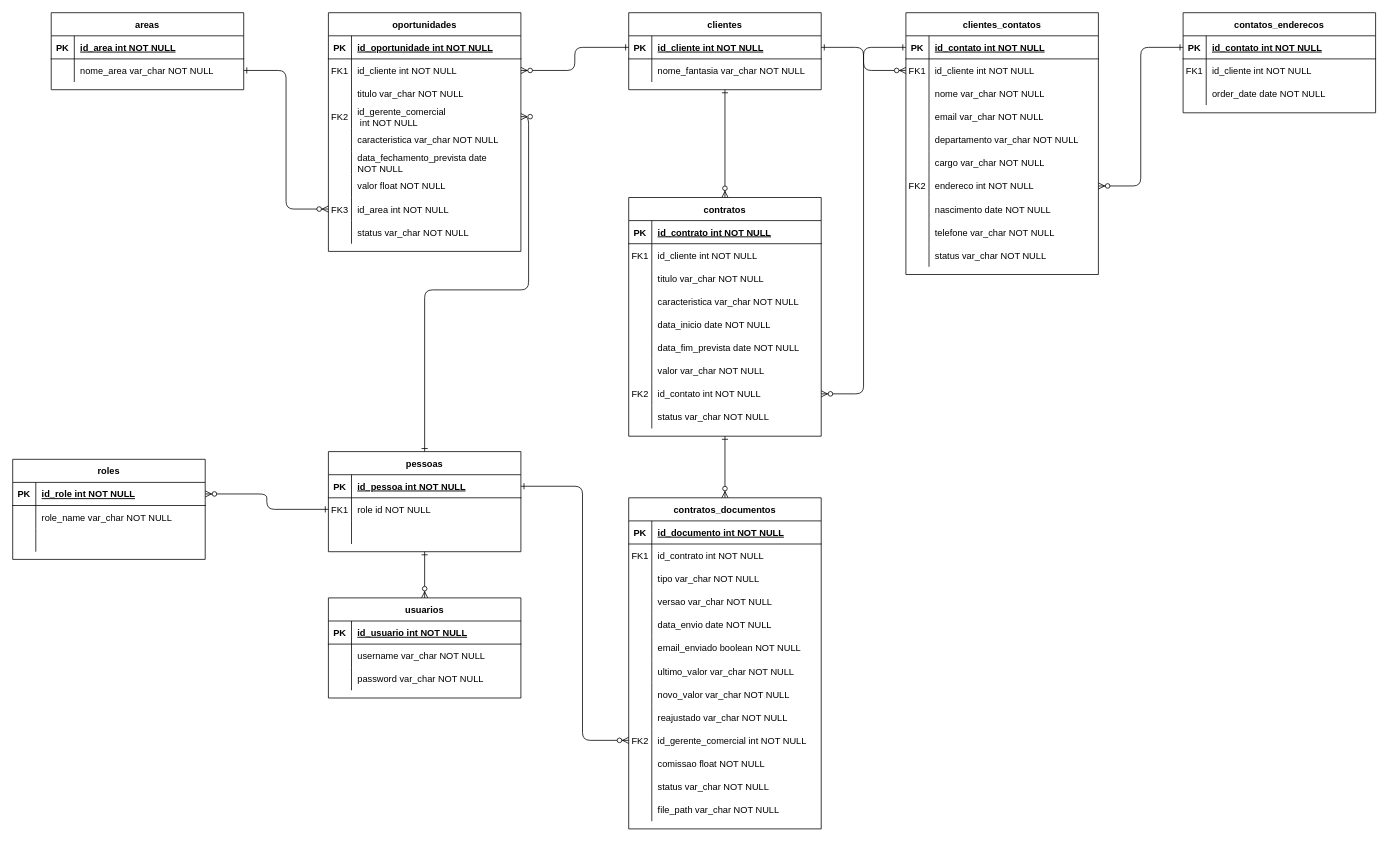
Earlier version of the draw.io diagram diagrams/modulo-comercial.drawio (rgr-tecnologia/crm-api). Source tidied: cells renumbered, new cells numbered last; positions are measured from the earlier drawing's top-left corner, leaving out a move shared by most shapes. Both pictures are drawn from the tidied source at 77%, with x=0, y=0 at pixel (12, 12).
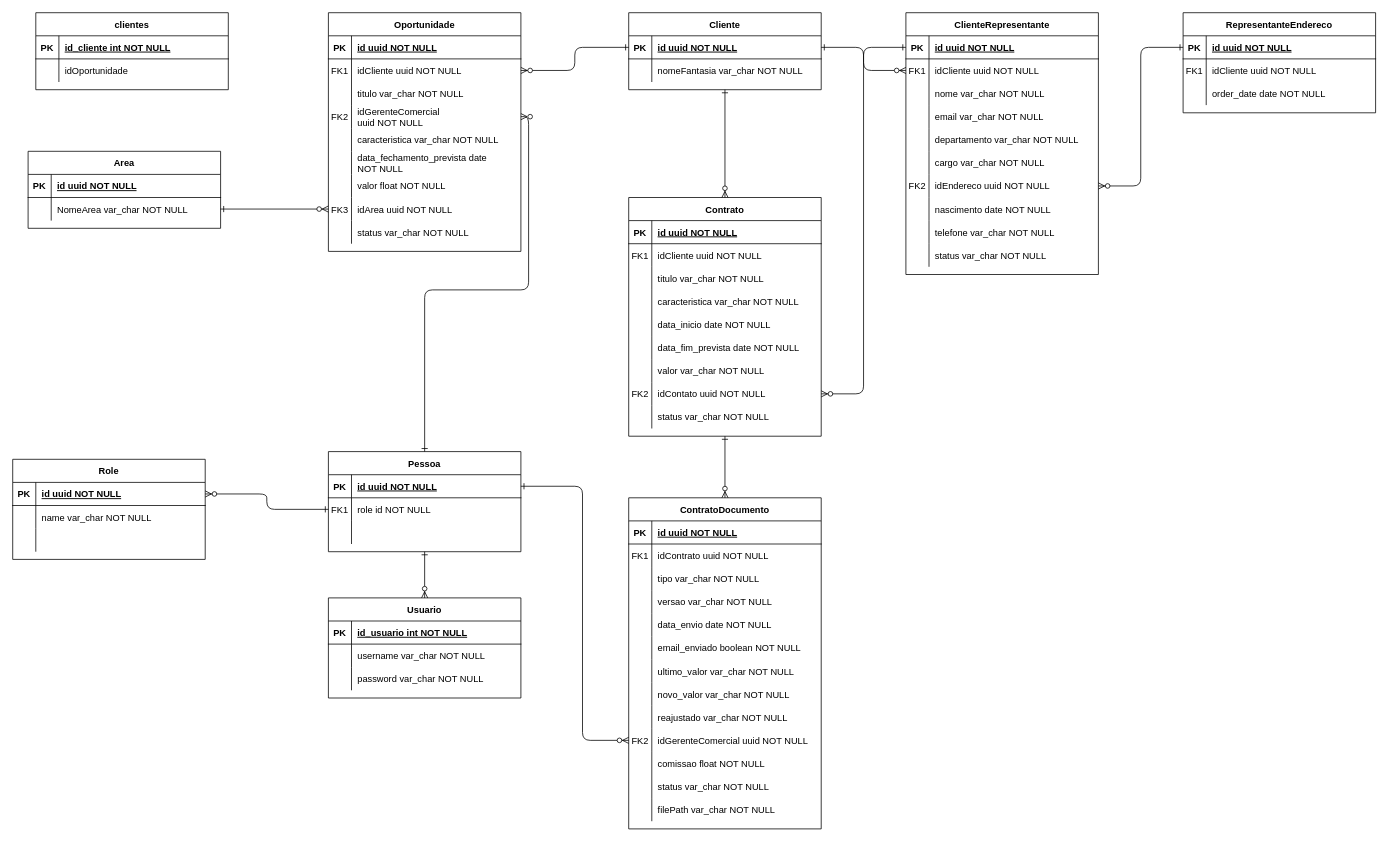
The same page after the edit.

The change refers to these unchanged cells:
```xml
<mxCell id="4" style="shape=partialRectangle;fillColor=none;points=[[0,0.5],[1,0.5]];portConstraint=eastwest;top=0;left=0;right=0;bottom=1;" parent="3" vertex="1">
  <mxGeometry y="30" width="250" height="30" as="geometry" />
</mxCell>
<mxCell id="7" style="shape=partialRectangle;fillColor=none;points=[[0,0.5],[1,0.5]];portConstraint=eastwest;top=0;left=0;right=0;bottom=0;" parent="3" vertex="1">
  <mxGeometry y="60" width="250" height="30" as="geometry" />
</mxCell>
<mxCell id="22" style="shape=partialRectangle;fillColor=none;points=[[0,0.5],[1,0.5]];portConstraint=eastwest;top=0;left=0;right=0;bottom=0;" parent="3" vertex="1">
  <mxGeometry y="210" width="250" height="30" as="geometry" />
</mxCell>
<mxCell id="35" style="shape=partialRectangle;fillColor=none;points=[[0,0.5],[1,0.5]];portConstraint=eastwest;top=0;left=0;right=0;bottom=1;" parent="34" vertex="1">
  <mxGeometry y="30" width="250" height="30" as="geometry" />
</mxCell>
<mxCell id="38" style="shape=partialRectangle;fillColor=none;top=0;left=0;right=0;bottom=0;" parent="34" vertex="1">
  <mxGeometry y="60" width="250" height="30" as="geometry" />
</mxCell>
<mxCell id="42" style="shape=partialRectangle;fillColor=none;top=0;left=0;right=0;bottom=1;" parent="41" vertex="1">
  <mxGeometry y="30" width="250" height="30" as="geometry" />
</mxCell>
<mxCell id="45" style="shape=partialRectangle;fillColor=none;top=0;left=0;right=0;bottom=0;" parent="41" vertex="1">
  <mxGeometry y="60" width="250" height="30" as="geometry" />
</mxCell>
<mxCell id="63" style="shape=partialRectangle;fillColor=none;points=[[0,0.5],[1,0.5]];portConstraint=eastwest;top=0;left=0;right=0;bottom=0;" parent="41" vertex="1">
  <mxGeometry y="240" width="250" height="30" as="geometry" />
</mxCell>
<mxCell id="71" style="shape=partialRectangle;fillColor=none;points=[[0,0.5],[1,0.5]];portConstraint=eastwest;top=0;left=0;right=0;bottom=1;" parent="70" vertex="1">
  <mxGeometry y="30" width="250" height="30" as="geometry" />
</mxCell>
<mxCell id="74" style="shape=partialRectangle;fillColor=none;top=0;left=0;right=0;bottom=0;" parent="70" vertex="1">
  <mxGeometry y="60" width="250" height="30" as="geometry" />
</mxCell>
<mxCell id="83" style="shape=partialRectangle;fillColor=none;top=0;left=0;right=0;bottom=1;" parent="82" vertex="1">
  <mxGeometry y="30" width="250" height="30" as="geometry" />
</mxCell>
<mxCell id="86" style="shape=partialRectangle;fillColor=none;top=0;left=0;right=0;bottom=0;" parent="82" vertex="1">
  <mxGeometry y="60" width="250" height="30" as="geometry" />
</mxCell>
<mxCell id="110" style="shape=partialRectangle;fillColor=none;points=[[0,0.5],[1,0.5]];portConstraint=eastwest;top=0;left=0;right=0;bottom=0;" parent="82" vertex="1">
  <mxGeometry y="300" width="250" height="30" as="geometry" />
</mxCell>
<mxCell id="119" style="shape=partialRectangle;fillColor=none;top=0;left=0;right=0;bottom=0;" parent="82" vertex="1">
  <mxGeometry y="390" width="250" height="30" as="geometry" />
</mxCell>
<mxCell id="125" style="shape=partialRectangle;fillColor=none;points=[[0,0.5],[1,0.5]];portConstraint=eastwest;top=0;left=0;right=0;bottom=1;" parent="124" vertex="1">
  <mxGeometry y="30" width="250" height="30" as="geometry" />
</mxCell>
<mxCell id="135" style="shape=partialRectangle;fillColor=none;points=[[0,0.5],[1,0.5]];portConstraint=eastwest;top=0;left=0;right=0;bottom=1;" parent="134" vertex="1">
  <mxGeometry y="30" width="250" height="30" as="geometry" />
</mxCell>
<mxCell id="138" style="shape=partialRectangle;fillColor=none;top=0;left=0;right=0;bottom=0;" parent="134" vertex="1">
  <mxGeometry y="60" width="250" height="30" as="geometry" />
</mxCell>
<mxCell id="157" style="shape=partialRectangle;fillColor=none;top=0;left=0;right=0;bottom=1;" parent="156" vertex="1">
  <mxGeometry y="30" width="250" height="30" as="geometry" />
</mxCell>
<mxCell id="160" style="shape=partialRectangle;fillColor=none;points=[[0,0.5],[1,0.5]];portConstraint=eastwest;top=0;left=0;right=0;bottom=0;" parent="156" vertex="1">
  <mxGeometry y="60" width="250" height="30" as="geometry" />
</mxCell>
<mxCell id="166" style="shape=partialRectangle;fillColor=none;points=[[0,0.5],[1,0.5]];portConstraint=eastwest;top=0;left=0;right=0;bottom=0;" parent="156" vertex="1">
  <mxGeometry y="120" width="250" height="30" as="geometry" />
</mxCell>
<mxCell id="178" style="shape=partialRectangle;fillColor=none;points=[[0,0.5],[1,0.5]];portConstraint=eastwest;top=0;left=0;right=0;bottom=0;" parent="156" vertex="1">
  <mxGeometry y="240" width="250" height="30" as="geometry" />
</mxCell>
<mxCell id="187" style="shape=partialRectangle;fillColor=none;top=0;left=0;right=0;bottom=1;" parent="186" vertex="1">
  <mxGeometry y="30" width="250" height="30" as="geometry" />
</mxCell>
<mxCell id="190" style="shape=partialRectangle;fillColor=none;points=[[0,0.5],[1,0.5]];portConstraint=eastwest;top=0;left=0;right=0;bottom=0;" parent="186" vertex="1">
  <mxGeometry y="60" width="250" height="30" as="geometry" />
</mxCell>
```

Change to the diagram source:
```diff
@@
-    <mxCell id="3" value="clientes_contatos" style="shape=table;startSize=30;childLayout=tableLayout;rowLines=0;fontStyle=1;align=center;" parent="1" vertex="1">
+    <mxCell id="3" value="ClienteRepresentante" style="shape=table;startSize=30;childLayout=tableLayout;rowLines=0;fontStyle=1;align=center;" parent="1" vertex="1">
       <mxGeometry x="1160" width="250" height="340" as="geometry" />
     </mxCell>
@@
-    <mxCell id="6" value="id_contato int NOT NULL " style="shape=partialRectangle;overflow=hidden;fillColor=none;top=0;left=0;bottom=0;right=0;align=left;spacingLeft=6;fontStyle=5;" parent="4" vertex="1">
+    <mxCell id="6" value="id uuid NOT NULL " style="shape=partialRectangle;overflow=hidden;fillColor=none;top=0;left=0;bottom=0;right=0;align=left;spacingLeft=6;fontStyle=5;" parent="4" vertex="1">
       <mxGeometry x="30" width="220" height="30" as="geometry" />
     </mxCell>
@@
-    <mxCell id="9" value="id_cliente int NOT NULL" style="shape=partialRectangle;overflow=hidden;fillColor=none;top=0;left=0;bottom=0;right=0;align=left;spacingLeft=6;" parent="7" vertex="1">
+    <mxCell id="9" value="idCliente uuid NOT NULL" style="shape=partialRectangle;overflow=hidden;fillColor=none;top=0;left=0;bottom=0;right=0;align=left;spacingLeft=6;" parent="7" vertex="1">
       <mxGeometry x="30" width="220" height="30" as="geometry" />
     </mxCell>
@@
-    <mxCell id="24" value="endereco int NOT NULL" style="shape=partialRectangle;overflow=hidden;fillColor=none;top=0;left=0;bottom=0;right=0;align=left;spacingLeft=6;" parent="22" vertex="1">
+    <mxCell id="24" value="idEndereco uuid NOT NULL" style="shape=partialRectangle;overflow=hidden;fillColor=none;top=0;left=0;bottom=0;right=0;align=left;spacingLeft=6;" parent="22" vertex="1">
       <mxGeometry x="30" width="220" height="30" as="geometry" />
     </mxCell>
@@
-    <mxCell id="34" value="clientes" style="shape=table;startSize=30;childLayout=tableLayout;rowLines=0;fontStyle=1;align=center;" parent="1" vertex="1">
+    <mxCell id="34" value="Cliente" style="shape=table;startSize=30;childLayout=tableLayout;rowLines=0;fontStyle=1;align=center;" parent="1" vertex="1">
       <mxGeometry x="800" width="250" height="100" as="geometry" />
     </mxCell>
@@
-    <mxCell id="37" value="id_cliente int NOT NULL " style="shape=partialRectangle;overflow=hidden;fillColor=none;top=0;left=0;bottom=0;right=0;align=left;spacingLeft=6;fontStyle=5;" parent="35" vertex="1">
+    <mxCell id="37" value="id uuid NOT NULL " style="shape=partialRectangle;overflow=hidden;fillColor=none;top=0;left=0;bottom=0;right=0;align=left;spacingLeft=6;fontStyle=5;" parent="35" vertex="1">
       <mxGeometry x="30" width="220" height="30" as="geometry" />
     </mxCell>
@@
-    <mxCell id="40" value="nome_fantasia var_char NOT NULL" style="shape=partialRectangle;overflow=hidden;fillColor=none;top=0;left=0;bottom=0;right=0;align=left;spacingLeft=6;" parent="38" vertex="1">
+    <mxCell id="40" value="nomeFantasia var_char NOT NULL" style="shape=partialRectangle;overflow=hidden;fillColor=none;top=0;left=0;bottom=0;right=0;align=left;spacingLeft=6;" parent="38" vertex="1">
       <mxGeometry x="30" width="220" height="30" as="geometry" />
     </mxCell>
-    <mxCell id="41" value="contratos" style="shape=table;startSize=30;childLayout=tableLayout;rowLines=0;fontStyle=1;align=center;" parent="1" vertex="1">
+    <mxCell id="41" value="Contrato" style="shape=table;startSize=30;childLayout=tableLayout;rowLines=0;fontStyle=1;align=center;" parent="1" vertex="1">
       <mxGeometry x="800" y="240" width="250" height="310" as="geometry" />
     </mxCell>
@@
-    <mxCell id="44" value="id_contrato int NOT NULL " style="shape=partialRectangle;overflow=hidden;fillColor=none;top=0;left=0;bottom=0;right=0;align=left;spacingLeft=6;fontStyle=5;" parent="42" vertex="1">
+    <mxCell id="44" value="id uuid NOT NULL " style="shape=partialRectangle;overflow=hidden;fillColor=none;top=0;left=0;bottom=0;right=0;align=left;spacingLeft=6;fontStyle=5;" parent="42" vertex="1">
       <mxGeometry x="30" width="220" height="30" as="geometry" />
     </mxCell>
@@
-    <mxCell id="47" value="id_cliente int NOT NULL" style="shape=partialRectangle;overflow=hidden;fillColor=none;top=0;left=0;bottom=0;right=0;align=left;spacingLeft=6;" parent="45" vertex="1">
+    <mxCell id="47" value="idCliente uuid NOT NULL" style="shape=partialRectangle;overflow=hidden;fillColor=none;top=0;left=0;bottom=0;right=0;align=left;spacingLeft=6;" parent="45" vertex="1">
       <mxGeometry x="30" width="220" height="30" as="geometry" />
     </mxCell>
@@
-    <mxCell id="65" value="id_contato int NOT NULL" style="shape=partialRectangle;overflow=hidden;fillColor=none;top=0;left=0;bottom=0;right=0;align=left;spacingLeft=6;" parent="63" vertex="1">
+    <mxCell id="65" value="idContato uuid NOT NULL" style="shape=partialRectangle;overflow=hidden;fillColor=none;top=0;left=0;bottom=0;right=0;align=left;spacingLeft=6;" parent="63" vertex="1">
       <mxGeometry x="30" width="220" height="30" as="geometry" />
     </mxCell>
@@
-    <mxCell id="70" value="contatos_enderecos" style="shape=table;startSize=30;childLayout=tableLayout;rowLines=0;fontStyle=1;align=center;" parent="1" vertex="1">
+    <mxCell id="70" value="RepresentanteEndereco" style="shape=table;startSize=30;childLayout=tableLayout;rowLines=0;fontStyle=1;align=center;" parent="1" vertex="1">
       <mxGeometry x="1520" width="250" height="130" as="geometry" />
     </mxCell>
@@
-    <mxCell id="73" value="id_contato int NOT NULL " style="shape=partialRectangle;overflow=hidden;fillColor=none;top=0;left=0;bottom=0;right=0;align=left;spacingLeft=6;fontStyle=5;" parent="71" vertex="1">
+    <mxCell id="73" value="id uuid NOT NULL " style="shape=partialRectangle;overflow=hidden;fillColor=none;top=0;left=0;bottom=0;right=0;align=left;spacingLeft=6;fontStyle=5;" parent="71" vertex="1">
       <mxGeometry x="30" width="220" height="30" as="geometry" />
     </mxCell>
@@
-    <mxCell id="76" value="id_cliente int NOT NULL" style="shape=partialRectangle;overflow=hidden;fillColor=none;top=0;left=0;bottom=0;right=0;align=left;spacingLeft=6;" parent="74" vertex="1">
+    <mxCell id="76" value="idCliente uuid NOT NULL" style="shape=partialRectangle;overflow=hidden;fillColor=none;top=0;left=0;bottom=0;right=0;align=left;spacingLeft=6;" parent="74" vertex="1">
       <mxGeometry x="30" width="220" height="30" as="geometry" />
     </mxCell>
@@
-    <mxCell id="82" value="contratos_documentos" style="shape=table;startSize=30;childLayout=tableLayout;rowLines=0;fontStyle=1;align=center;" parent="1" vertex="1">
+    <mxCell id="82" value="ContratoDocumento" style="shape=table;startSize=30;childLayout=tableLayout;rowLines=0;fontStyle=1;align=center;" parent="1" vertex="1">
       <mxGeometry x="800" y="630" width="250" height="430" as="geometry" />
     </mxCell>
@@
-    <mxCell id="85" value="id_documento int NOT NULL " style="shape=partialRectangle;overflow=hidden;fillColor=none;top=0;left=0;bottom=0;right=0;align=left;spacingLeft=6;fontStyle=5;" parent="83" vertex="1">
+    <mxCell id="85" value="id uuid NOT NULL " style="shape=partialRectangle;overflow=hidden;fillColor=none;top=0;left=0;bottom=0;right=0;align=left;spacingLeft=6;fontStyle=5;" parent="83" vertex="1">
       <mxGeometry x="30" width="220" height="30" as="geometry" />
     </mxCell>
@@
-    <mxCell id="88" value="id_contrato int NOT NULL" style="shape=partialRectangle;overflow=hidden;fillColor=none;top=0;left=0;bottom=0;right=0;align=left;spacingLeft=6;" parent="86" vertex="1">
+    <mxCell id="88" value="idContrato uuid NOT NULL" style="shape=partialRectangle;overflow=hidden;fillColor=none;top=0;left=0;bottom=0;right=0;align=left;spacingLeft=6;" parent="86" vertex="1">
       <mxGeometry x="30" width="220" height="30" as="geometry" />
     </mxCell>
@@
-    <mxCell id="112" value="id_gerente_comercial int NOT NULL" style="shape=partialRectangle;overflow=hidden;fillColor=none;top=0;left=0;bottom=0;right=0;align=left;spacingLeft=6;" parent="110" vertex="1">
+    <mxCell id="112" value="idGerenteComercial uuid NOT NULL" style="shape=partialRectangle;overflow=hidden;fillColor=none;top=0;left=0;bottom=0;right=0;align=left;spacingLeft=6;" parent="110" vertex="1">
       <mxGeometry x="30" width="220" height="30" as="geometry" />
     </mxCell>
@@
-    <mxCell id="121" value="file_path var_char NOT NULL" style="shape=partialRectangle;overflow=hidden;fillColor=none;top=0;left=0;bottom=0;right=0;align=left;spacingLeft=6;" parent="119" vertex="1">
+    <mxCell id="121" value="filePath var_char NOT NULL" style="shape=partialRectangle;overflow=hidden;fillColor=none;top=0;left=0;bottom=0;right=0;align=left;spacingLeft=6;" parent="119" vertex="1">
       <mxGeometry x="30" width="220" height="30" as="geometry" />
     </mxCell>
@@
-    <mxCell id="124" value="pessoas" style="shape=table;startSize=30;childLayout=tableLayout;rowLines=0;fontStyle=1;align=center;" parent="1" vertex="1">
+    <mxCell id="124" value="Pessoa" style="shape=table;startSize=30;childLayout=tableLayout;rowLines=0;fontStyle=1;align=center;" parent="1" vertex="1">
       <mxGeometry x="410" y="570" width="250" height="130" as="geometry" />
     </mxCell>
@@
-    <mxCell id="127" value="id_pessoa int NOT NULL " style="shape=partialRectangle;overflow=hidden;fillColor=none;top=0;left=0;bottom=0;right=0;align=left;spacingLeft=6;fontStyle=5;" parent="125" vertex="1">
+    <mxCell id="127" value="id uuid NOT NULL " style="shape=partialRectangle;overflow=hidden;fillColor=none;top=0;left=0;bottom=0;right=0;align=left;spacingLeft=6;fontStyle=5;" parent="125" vertex="1">
       <mxGeometry x="30" width="220" height="30" as="geometry" />
     </mxCell>
@@
-    <mxCell id="134" value="roles" style="shape=table;startSize=30;childLayout=tableLayout;rowLines=0;fontStyle=1;align=center;" parent="1" vertex="1">
+    <mxCell id="134" value="Role" style="shape=table;startSize=30;childLayout=tableLayout;rowLines=0;fontStyle=1;align=center;" parent="1" vertex="1">
       <mxGeometry y="580" width="250" height="130" as="geometry" />
     </mxCell>
@@
-    <mxCell id="137" value="id_role int NOT NULL " style="shape=partialRectangle;overflow=hidden;fillColor=none;top=0;left=0;bottom=0;right=0;align=left;spacingLeft=6;fontStyle=5;" parent="135" vertex="1">
+    <mxCell id="137" value="id uuid NOT NULL " style="shape=partialRectangle;overflow=hidden;fillColor=none;top=0;left=0;bottom=0;right=0;align=left;spacingLeft=6;fontStyle=5;" parent="135" vertex="1">
       <mxGeometry x="30" width="220" height="30" as="geometry" />
     </mxCell>
@@
-    <mxCell id="140" value="role_name var_char NOT NULL" style="shape=partialRectangle;overflow=hidden;fillColor=none;top=0;left=0;bottom=0;right=0;align=left;spacingLeft=6;" parent="138" vertex="1">
+    <mxCell id="140" value="name var_char NOT NULL" style="shape=partialRectangle;overflow=hidden;fillColor=none;top=0;left=0;bottom=0;right=0;align=left;spacingLeft=6;" parent="138" vertex="1">
       <mxGeometry x="30" width="220" height="30" as="geometry" />
     </mxCell>
@@
-    <mxCell id="145" value="usuarios" style="shape=table;startSize=30;childLayout=tableLayout;rowLines=0;fontStyle=1;align=center;" parent="1" vertex="1">
+    <mxCell id="145" value="Usuario" style="shape=table;startSize=30;childLayout=tableLayout;rowLines=0;fontStyle=1;align=center;" parent="1" vertex="1">
       <mxGeometry x="410" y="760" width="250" height="130" as="geometry" />
     </mxCell>
@@
-    <mxCell id="156" value="oportunidades" style="shape=table;startSize=30;childLayout=tableLayout;rowLines=0;fontStyle=1;align=center;" parent="1" vertex="1">
+    <mxCell id="156" value="Oportunidade" style="shape=table;startSize=30;childLayout=tableLayout;rowLines=0;fontStyle=1;align=center;" parent="1" vertex="1">
       <mxGeometry x="410" width="250" height="310" as="geometry" />
     </mxCell>
@@
-    <mxCell id="159" value="id_oportunidade int NOT NULL " style="shape=partialRectangle;overflow=hidden;fillColor=none;top=0;left=0;bottom=0;right=0;align=left;spacingLeft=6;fontStyle=5;" parent="157" vertex="1">
+    <mxCell id="159" value="id uuid NOT NULL " style="shape=partialRectangle;overflow=hidden;fillColor=none;top=0;left=0;bottom=0;right=0;align=left;spacingLeft=6;fontStyle=5;" parent="157" vertex="1">
       <mxGeometry x="30" width="220" height="30" as="geometry" />
     </mxCell>
@@
-    <mxCell id="162" value="id_cliente int NOT NULL" style="shape=partialRectangle;overflow=hidden;fillColor=none;top=0;left=0;bottom=0;right=0;align=left;spacingLeft=6;" parent="160" vertex="1">
+    <mxCell id="162" value="idCliente uuid NOT NULL" style="shape=partialRectangle;overflow=hidden;fillColor=none;top=0;left=0;bottom=0;right=0;align=left;spacingLeft=6;" parent="160" vertex="1">
       <mxGeometry x="30" width="220" height="30" as="geometry" />
     </mxCell>
@@
-    <mxCell id="168" value="id_gerente_comercial&#10; int NOT NULL" style="shape=partialRectangle;overflow=hidden;fillColor=none;top=0;left=0;bottom=0;right=0;align=left;spacingLeft=6;" parent="166" vertex="1">
+    <mxCell id="168" value="idGerenteComercial&#10;uuid NOT NULL" style="shape=partialRectangle;overflow=hidden;fillColor=none;top=0;left=0;bottom=0;right=0;align=left;spacingLeft=6;" parent="166" vertex="1">
       <mxGeometry x="30" width="220" height="30" as="geometry" />
     </mxCell>
@@
-    <mxCell id="180" value="id_area int NOT NULL" style="shape=partialRectangle;overflow=hidden;fillColor=none;top=0;left=0;bottom=0;right=0;align=left;spacingLeft=6;" parent="178" vertex="1">
+    <mxCell id="180" value="idArea uuid NOT NULL" style="shape=partialRectangle;overflow=hidden;fillColor=none;top=0;left=0;bottom=0;right=0;align=left;spacingLeft=6;" parent="178" vertex="1">
       <mxGeometry x="30" width="220" height="30" as="geometry" />
     </mxCell>
@@
-    <mxCell id="186" value="areas" style="shape=table;startSize=30;childLayout=tableLayout;rowLines=0;fontStyle=1;align=center;" parent="1" vertex="1">
-      <mxGeometry x="50" width="250" height="100" as="geometry" />
+    <mxCell id="186" value="Area" style="shape=table;startSize=30;childLayout=tableLayout;rowLines=0;fontStyle=1;align=center;" parent="1" vertex="1">
+      <mxGeometry x="20" y="180" width="250" height="100" as="geometry" />
     </mxCell>
@@
-    <mxCell id="189" value="id_area int NOT NULL " style="shape=partialRectangle;overflow=hidden;fillColor=none;top=0;left=0;bottom=0;right=0;align=left;spacingLeft=6;fontStyle=5;" parent="187" vertex="1">
+    <mxCell id="189" value="id uuid NOT NULL " style="shape=partialRectangle;overflow=hidden;fillColor=none;top=0;left=0;bottom=0;right=0;align=left;spacingLeft=6;fontStyle=5;" parent="187" vertex="1">
       <mxGeometry x="30" width="220" height="30" as="geometry" />
     </mxCell>
@@
-    <mxCell id="192" value="nome_area var_char NOT NULL" style="shape=partialRectangle;overflow=hidden;fillColor=none;top=0;left=0;bottom=0;right=0;align=left;spacingLeft=6;" parent="190" vertex="1">
+    <mxCell id="192" value="NomeArea var_char NOT NULL" style="shape=partialRectangle;overflow=hidden;fillColor=none;top=0;left=0;bottom=0;right=0;align=left;spacingLeft=6;" parent="190" vertex="1">
       <mxGeometry x="30" width="220" height="30" as="geometry" />
     </mxCell>
@@
+    <mxCell id="194" value="clientes" style="shape=table;startSize=30;childLayout=tableLayout;rowLines=0;fontStyle=1;align=center;" parent="1" vertex="1">
+      <mxGeometry x="30" width="250" height="100" as="geometry" />
+    </mxCell>
+    <mxCell id="195" style="shape=partialRectangle;fillColor=none;top=0;left=0;right=0;bottom=1;" parent="194" vertex="1">
+      <mxGeometry y="30" width="250" height="30" as="geometry" />
+    </mxCell>
+    <mxCell id="196" value="PK" style="shape=partialRectangle;overflow=hidden;fillColor=none;top=0;left=0;bottom=0;right=0;fontStyle=1;" parent="195" vertex="1">
+      <mxGeometry width="30" height="30" as="geometry" />
+    </mxCell>
+    <mxCell id="197" value="id_cliente int NOT NULL " style="shape=partialRectangle;overflow=hidden;fillColor=none;top=0;left=0;bottom=0;right=0;align=left;spacingLeft=6;fontStyle=5;" parent="195" vertex="1">
+      <mxGeometry x="30" width="220" height="30" as="geometry" />
+    </mxCell>
+    <mxCell id="198" style="shape=partialRectangle;fillColor=none;top=0;left=0;right=0;bottom=0;" parent="194" vertex="1">
+      <mxGeometry y="60" width="250" height="30" as="geometry" />
+    </mxCell>
+    <mxCell id="199" style="shape=partialRectangle;overflow=hidden;fillColor=none;top=0;left=0;bottom=0;right=0;" parent="198" vertex="1">
+      <mxGeometry width="30" height="30" as="geometry" />
+    </mxCell>
+    <mxCell id="200" value="idOportunidade" style="shape=partialRectangle;overflow=hidden;fillColor=none;top=0;left=0;bottom=0;right=0;align=left;spacingLeft=6;" parent="198" vertex="1">
+      <mxGeometry x="30" width="220" height="30" as="geometry" />
+    </mxCell>
```
